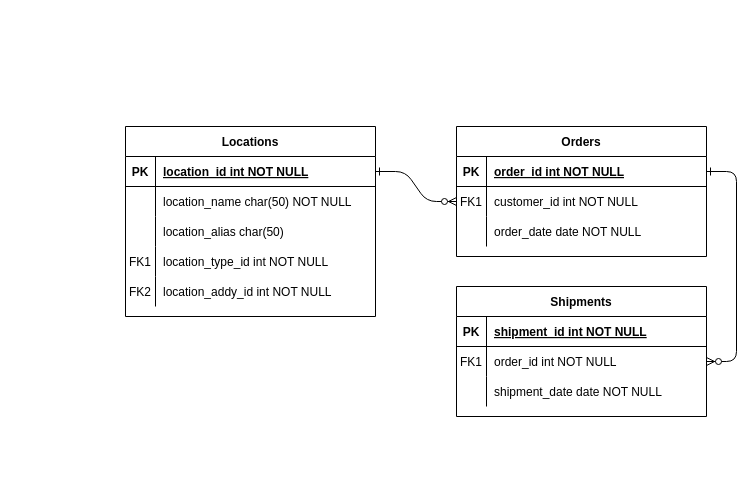
Above: Untitled Diagram.drawio in realTravisTea/realTravisTea (draw.io), before the change. Source tidied: cells renumbered, new cells numbered last; positions are measured from the earlier drawing's top-left corner, leaving out a move shared by most shapes. Both pictures are drawn from the tidied source at 100%, with x=0, y=0 at pixel (125, 126).
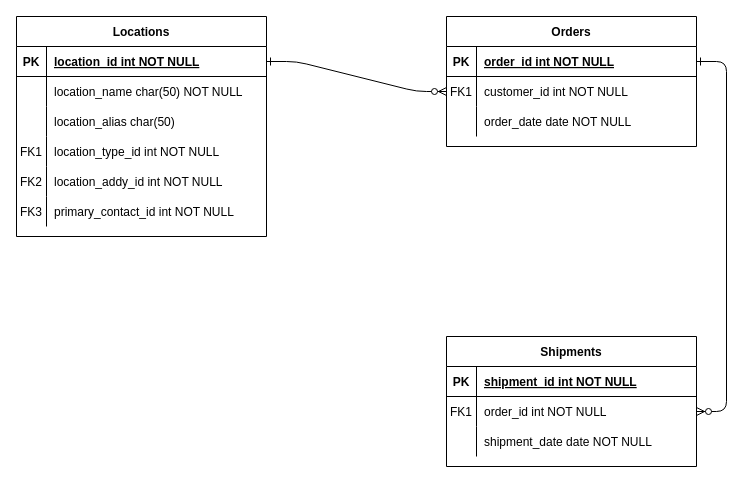
The same page after the edit.

The edit, as a diff of the source:
```diff
@@
     <mxCell id="4" value="Orders" style="shape=table;startSize=30;childLayout=tableLayout;rowLines=0;fontStyle=1;align=center;" parent="1" vertex="1">
-      <mxGeometry x="331" width="250" height="130" as="geometry" />
+      <mxGeometry x="321" y="-110" width="250" height="130" as="geometry" />
     </mxCell>
@@
     <mxCell id="14" value="Shipments" style="shape=table;startSize=30;childLayout=tableLayout;rowLines=0;fontStyle=1;align=center;" parent="1" vertex="1">
-      <mxGeometry x="331" y="160" width="250" height="130" as="geometry" />
+      <mxGeometry x="321" y="210" width="250" height="130" as="geometry" />
     </mxCell>
@@
     <mxCell id="24" value="Locations" style="shape=table;startSize=30;childLayout=tableLayout;rowLines=0;fontStyle=1;align=center;" parent="1" vertex="1">
-      <mxGeometry width="250" height="190" as="geometry" />
+      <mxGeometry x="-109" y="-110" width="250" height="220" as="geometry" />
     </mxCell>
@@
+    <mxCell id="40" style="shape=partialRectangle;fillColor=none;top=0;left=0;right=0;bottom=0;" parent="24" vertex="1">
+      <mxGeometry y="180" width="250" height="30" as="geometry" />
+    </mxCell>
+    <mxCell id="41" value="FK3" style="shape=partialRectangle;overflow=hidden;fillColor=none;top=0;left=0;bottom=0;right=0;" parent="40" vertex="1">
+      <mxGeometry width="30" height="30" as="geometry" />
+    </mxCell>
+    <mxCell id="42" value="primary_contact_id int NOT NULL" style="shape=partialRectangle;overflow=hidden;fillColor=none;top=0;left=0;bottom=0;right=0;align=left;spacingLeft=6;" parent="40" vertex="1">
+      <mxGeometry x="30" width="220" height="30" as="geometry" />
+    </mxCell>
```
